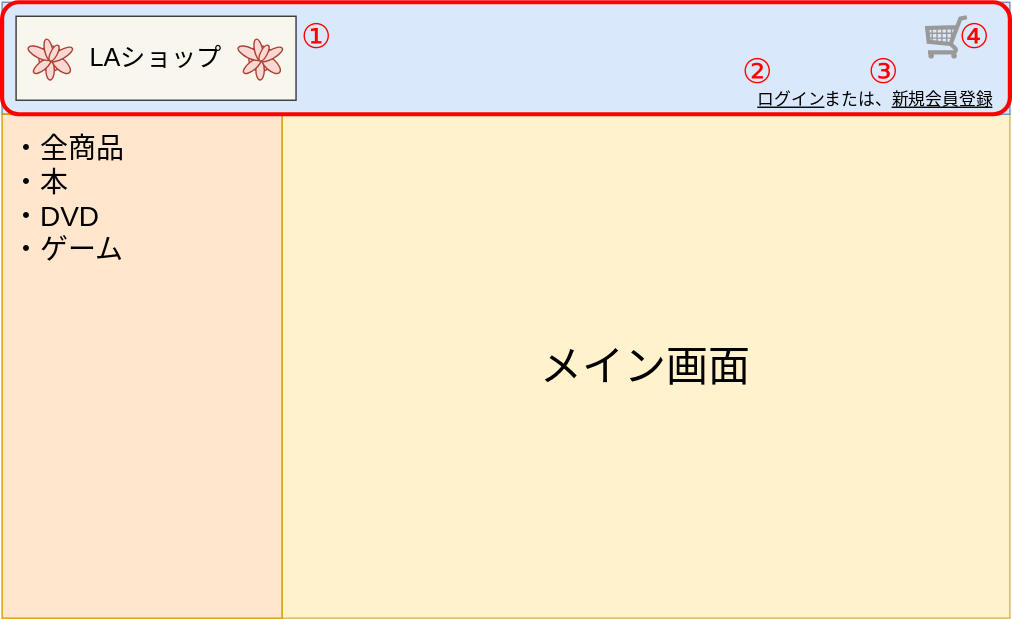
Earlier version of the draw.io export documents/20_外部設計/image/M000_共通メニュー.svg (la-java-silicon-2021/shopping-doc). Source tidied: cells renumbered, new cells last; positions are measured from the earlier drawing's top-left corner, leaving out a move shared by most shapes. The source it was exported from:
```xml
<mxGraphModel>
  <root>
    <mxCell id="0" />
    <mxCell id="1" parent="0" />
    <mxCell id="2" value="&lt;font style=&quot;font-size: 30px&quot;&gt;メイン画面&lt;/font&gt;" style="rounded=0;whiteSpace=wrap;html=1;fillColor=#fff2cc;strokeColor=#d6b656;" parent="1" vertex="1">
      <mxGeometry x="200" y="80" width="520" height="360" as="geometry" />
    </mxCell>
    <mxCell id="3" style="rounded=0;whiteSpace=wrap;html=1;fillColor=#dae8fc;strokeColor=#6c8ebf;align=left;" parent="1" vertex="1">
      <mxGeometry width="720" height="80" as="geometry" />
    </mxCell>
    <mxCell id="4" value="&lt;u&gt;ログイン&lt;/u&gt;または、&lt;u&gt;新規会員登録&lt;/u&gt;" style="text;html=1;strokeColor=none;fillColor=none;align=right;verticalAlign=middle;whiteSpace=wrap;rounded=0;" parent="1" vertex="1">
      <mxGeometry x="510" y="60" width="200" height="20" as="geometry" />
    </mxCell>
    <mxCell id="5" value="&lt;span style=&quot;font-size: 20px&quot;&gt;&amp;nbsp;・全商品&lt;br&gt;&amp;nbsp;・本&lt;br&gt;&amp;nbsp;・DVD&lt;br&gt;&amp;nbsp;・ゲーム&lt;br&gt;&lt;br&gt;&lt;br&gt;&lt;br&gt;&lt;br&gt;&lt;br&gt;&lt;br&gt;&lt;br&gt;&lt;br&gt;&lt;br&gt;&lt;br&gt;&lt;/span&gt;" style="rounded=0;whiteSpace=wrap;html=1;fillColor=#ffe6cc;strokeColor=#d79b00;align=left;" parent="1" vertex="1">
      <mxGeometry y="80" width="200" height="360" as="geometry" />
    </mxCell>
    <mxCell id="6" value="&lt;font style=&quot;font-size: 24px&quot; color=&quot;#ff0000&quot;&gt;②&lt;/font&gt;" style="text;html=1;strokeColor=none;fillColor=none;align=center;verticalAlign=middle;whiteSpace=wrap;rounded=0;sketch=0;" parent="1" vertex="1">
      <mxGeometry x="520" y="40" width="40" height="20" as="geometry" />
    </mxCell>
    <mxCell id="7" value="&lt;font style=&quot;font-size: 24px&quot; color=&quot;#ff0000&quot;&gt;③&lt;/font&gt;" style="text;html=1;strokeColor=none;fillColor=none;align=center;verticalAlign=middle;whiteSpace=wrap;rounded=0;sketch=0;" parent="1" vertex="1">
      <mxGeometry x="610" y="40" width="40" height="20" as="geometry" />
    </mxCell>
    <mxCell id="8" style="verticalLabelPosition=bottom;shadow=0;dashed=0;align=center;html=1;verticalAlign=top;strokeWidth=1;shape=mxgraph.mockup.misc.shoppingCart;strokeColor=#999999;rounded=1;sketch=0;" parent="1" vertex="1">
      <mxGeometry x="660" y="10" width="30" height="30" as="geometry" />
    </mxCell>
    <mxCell id="9" value="&lt;font color=&quot;#ff0000&quot;&gt;&lt;span style=&quot;font-size: 24px&quot;&gt;④&lt;/span&gt;&lt;/font&gt;" style="text;html=1;strokeColor=none;fillColor=none;align=center;verticalAlign=middle;whiteSpace=wrap;rounded=0;sketch=0;" parent="1" vertex="1">
      <mxGeometry x="680" y="15" width="30" height="20" as="geometry" />
    </mxCell>
    <mxCell id="10" value="&lt;font style=&quot;font-size: 18px&quot;&gt;LAショップ&lt;/font&gt;" style="rounded=0;whiteSpace=wrap;html=1;sketch=0;strokeWidth=1;fillColor=#f9f7ed;strokeColor=#36393d;" parent="1" vertex="1">
      <mxGeometry x="10" y="10" width="200" height="60" as="geometry" />
    </mxCell>
    <mxCell id="11" style="verticalLabelPosition=bottom;html=1;verticalAlign=top;align=center;shape=mxgraph.floorplan.plant;rounded=1;sketch=0;strokeColor=#ae4132;strokeWidth=1;fillColor=#fad9d5;" parent="1" vertex="1">
      <mxGeometry x="20" y="24.5" width="27" height="31" as="geometry" />
    </mxCell>
    <mxCell id="12" style="verticalLabelPosition=bottom;html=1;verticalAlign=top;align=center;shape=mxgraph.floorplan.plant;rounded=1;sketch=0;strokeColor=#ae4132;strokeWidth=1;fillColor=#fad9d5;" parent="1" vertex="1">
      <mxGeometry x="170" y="24.5" width="27" height="31" as="geometry" />
    </mxCell>
    <mxCell id="13" style="rounded=1;whiteSpace=wrap;html=1;fillColor=none;strokeColor=#FF0000;strokeWidth=3;sketch=0;" parent="1" vertex="1">
      <mxGeometry width="720" height="80" as="geometry" />
    </mxCell>
    <mxCell id="14" value="&lt;font style=&quot;font-size: 24px&quot; color=&quot;#ff0000&quot;&gt;①&lt;/font&gt;" style="text;html=1;strokeColor=none;fillColor=none;align=center;verticalAlign=middle;whiteSpace=wrap;rounded=0;sketch=0;" parent="1" vertex="1">
      <mxGeometry x="210" y="15" width="30" height="20" as="geometry" />
    </mxCell>
  </root>
</mxGraphModel>
```
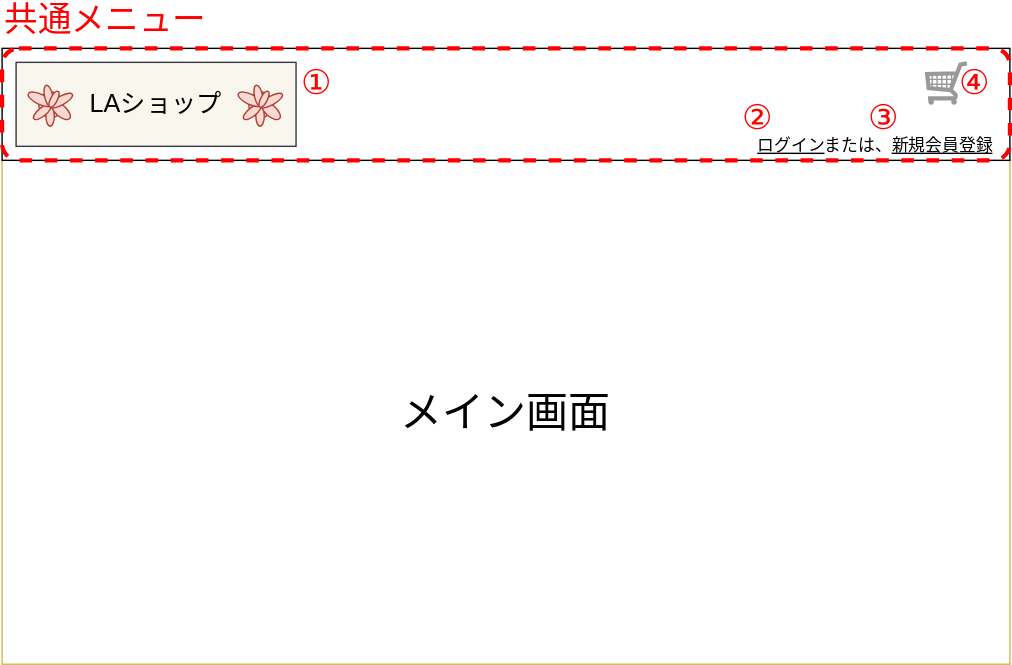
After the commit.

Commit message:
M000_共通メニュー.svg を更新します

The edit, as a diff of the source:
```diff
@@ -2,18 +2,15 @@
   <root>
     <mxCell id="0" />
     <mxCell id="1" parent="0" />
-    <mxCell id="2" value="&lt;font style=&quot;font-size: 30px&quot;&gt;メイン画面&lt;/font&gt;" style="rounded=0;whiteSpace=wrap;html=1;fillColor=#fff2cc;strokeColor=#d6b656;" parent="1" vertex="1">
-      <mxGeometry x="200" y="80" width="520" height="360" as="geometry" />
+    <mxCell id="2" value="&lt;font style=&quot;font-size: 30px&quot;&gt;メイン画面&lt;/font&gt;" style="rounded=0;whiteSpace=wrap;html=1;strokeColor=#d6b656;fillColor=#FFFFFF;" parent="1" vertex="1">
+      <mxGeometry y="80" width="720" height="360" as="geometry" />
     </mxCell>
-    <mxCell id="3" style="rounded=0;whiteSpace=wrap;html=1;fillColor=#dae8fc;strokeColor=#6c8ebf;align=left;" parent="1" vertex="1">
+    <mxCell id="3" style="rounded=0;whiteSpace=wrap;html=1;align=left;" parent="1" vertex="1">
       <mxGeometry width="720" height="80" as="geometry" />
     </mxCell>
     <mxCell id="4" value="&lt;u&gt;ログイン&lt;/u&gt;または、&lt;u&gt;新規会員登録&lt;/u&gt;" style="text;html=1;strokeColor=none;fillColor=none;align=right;verticalAlign=middle;whiteSpace=wrap;rounded=0;" parent="1" vertex="1">
       <mxGeometry x="510" y="60" width="200" height="20" as="geometry" />
     </mxCell>
-    <mxCell id="5" value="&lt;span style=&quot;font-size: 20px&quot;&gt;&amp;nbsp;・全商品&lt;br&gt;&amp;nbsp;・本&lt;br&gt;&amp;nbsp;・DVD&lt;br&gt;&amp;nbsp;・ゲーム&lt;br&gt;&lt;br&gt;&lt;br&gt;&lt;br&gt;&lt;br&gt;&lt;br&gt;&lt;br&gt;&lt;br&gt;&lt;br&gt;&lt;br&gt;&lt;br&gt;&lt;/span&gt;" style="rounded=0;whiteSpace=wrap;html=1;fillColor=#ffe6cc;strokeColor=#d79b00;align=left;" parent="1" vertex="1">
-      <mxGeometry y="80" width="200" height="360" as="geometry" />
-    </mxCell>
     <mxCell id="6" value="&lt;font style=&quot;font-size: 24px&quot; color=&quot;#ff0000&quot;&gt;②&lt;/font&gt;" style="text;html=1;strokeColor=none;fillColor=none;align=center;verticalAlign=middle;whiteSpace=wrap;rounded=0;sketch=0;" parent="1" vertex="1">
       <mxGeometry x="520" y="40" width="40" height="20" as="geometry" />
     </mxCell>
@@ -35,11 +32,14 @@
     <mxCell id="12" style="verticalLabelPosition=bottom;html=1;verticalAlign=top;align=center;shape=mxgraph.floorplan.plant;rounded=1;sketch=0;strokeColor=#ae4132;strokeWidth=1;fillColor=#fad9d5;" parent="1" vertex="1">
       <mxGeometry x="170" y="24.5" width="27" height="31" as="geometry" />
     </mxCell>
-    <mxCell id="13" style="rounded=1;whiteSpace=wrap;html=1;fillColor=none;strokeColor=#FF0000;strokeWidth=3;sketch=0;" parent="1" vertex="1">
+    <mxCell id="13" style="rounded=1;whiteSpace=wrap;html=1;fillColor=none;strokeColor=#FF0000;strokeWidth=3;sketch=0;dashed=1;" parent="1" vertex="1">
       <mxGeometry width="720" height="80" as="geometry" />
     </mxCell>
     <mxCell id="14" value="&lt;font style=&quot;font-size: 24px&quot; color=&quot;#ff0000&quot;&gt;①&lt;/font&gt;" style="text;html=1;strokeColor=none;fillColor=none;align=center;verticalAlign=middle;whiteSpace=wrap;rounded=0;sketch=0;" parent="1" vertex="1">
       <mxGeometry x="210" y="15" width="30" height="20" as="geometry" />
     </mxCell>
+    <mxCell id="15" value="&lt;font style=&quot;font-size: 24px&quot; color=&quot;#ff0000&quot;&gt;共通メニュー&lt;/font&gt;" style="text;html=1;strokeColor=none;fillColor=none;align=left;verticalAlign=middle;whiteSpace=wrap;rounded=0;sketch=0;" parent="1" vertex="1">
+      <mxGeometry y="-30" width="210" height="20" as="geometry" />
+    </mxCell>
   </root>
 </mxGraphModel>
```
